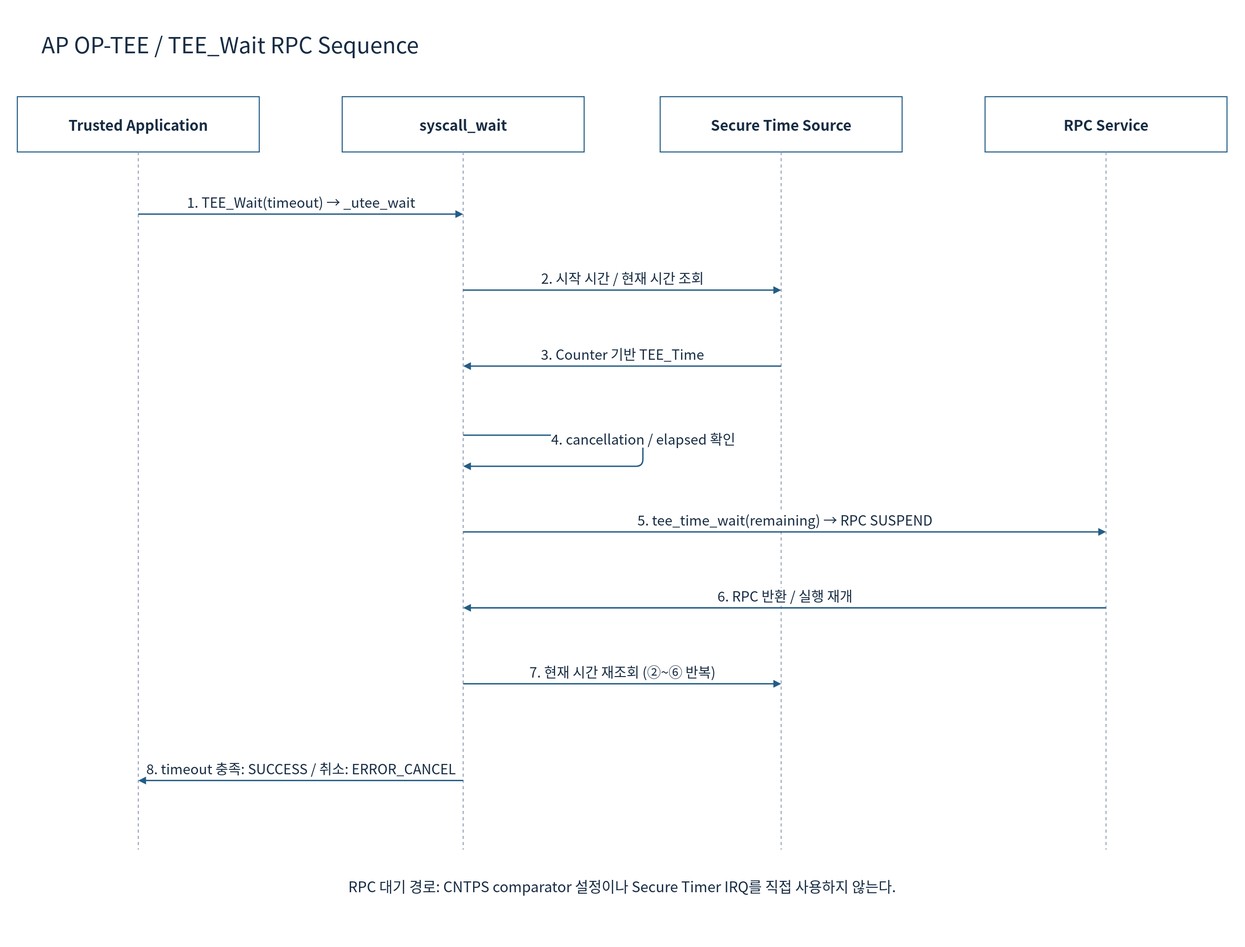
Above: doc/phase1/timer/diagrams/08e-optee-wait-sequence.drawio.svg in cometzero/project-apollo (draw.io), before the change. Source tidied: cells renumbered, new cells last; positions are measured from the earlier drawing's top-left corner, leaving out a move shared by most shapes. Its diagram source:
```xml
<mxGraphModel background="#FFFFFF">
  <root>
    <mxCell id="0" />
    <mxCell id="1" parent="0" />
    <mxCell id="2" style="rounded=0;whiteSpace=wrap;html=1;fillColor=#FFFFFF;strokeColor=none;strokeWidth=1.5;fontColor=#172C43;fontFamily=Noto Sans CJK KR;fontSize=22;spacing=10;" parent="1" vertex="1">
      <mxGeometry width="1800" height="1370" as="geometry" />
    </mxCell>
    <mxCell id="3" value="AP OP-TEE / TEE_Wait RPC Sequence" style="rounded=0;whiteSpace=wrap;html=1;fillColor=#FFFFFF;strokeColor=none;strokeWidth=1.5;fontColor=#172C43;fontFamily=Noto Sans CJK KR;fontSize=22;spacing=10;fontSize=32;align=left;" parent="1" vertex="1">
      <mxGeometry x="50" y="30" width="1700" height="65" as="geometry" />
    </mxCell>
    <mxCell id="4" value="Trusted Application" style="rounded=0;whiteSpace=wrap;html=1;fillColor=#FFFFFF;strokeColor=#235D86;strokeWidth=1.5;fontColor=#172C43;fontFamily=Noto Sans CJK KR;fontSize=22;spacing=10;fontStyle=1;fontSize=21;" parent="1" vertex="1">
      <mxGeometry x="25" y="140" width="350" height="80" as="geometry" />
    </mxCell>
    <mxCell id="5" style="endArrow=none;dashed=1;strokeColor=#94A3B8;strokeWidth=1.5;" parent="1" edge="1">
      <mxGeometry relative="1" as="geometry">
        <mxPoint x="200" y="220" as="sourcePoint" />
        <mxPoint x="200" y="1230" as="targetPoint" />
      </mxGeometry>
    </mxCell>
    <mxCell id="6" value="syscall_wait" style="rounded=0;whiteSpace=wrap;html=1;fillColor=#FFFFFF;strokeColor=#235D86;strokeWidth=1.5;fontColor=#172C43;fontFamily=Noto Sans CJK KR;fontSize=22;spacing=10;fontStyle=1;fontSize=21;" parent="1" vertex="1">
      <mxGeometry x="495" y="140" width="350" height="80" as="geometry" />
    </mxCell>
    <mxCell id="7" style="endArrow=none;dashed=1;strokeColor=#94A3B8;strokeWidth=1.5;" parent="1" edge="1">
      <mxGeometry relative="1" as="geometry">
        <mxPoint x="670" y="220" as="sourcePoint" />
        <mxPoint x="670" y="1230" as="targetPoint" />
      </mxGeometry>
    </mxCell>
    <mxCell id="8" value="Secure Time Source" style="rounded=0;whiteSpace=wrap;html=1;fillColor=#FFFFFF;strokeColor=#235D86;strokeWidth=1.5;fontColor=#172C43;fontFamily=Noto Sans CJK KR;fontSize=22;spacing=10;fontStyle=1;fontSize=21;" parent="1" vertex="1">
      <mxGeometry x="955" y="140" width="350" height="80" as="geometry" />
    </mxCell>
    <mxCell id="9" style="endArrow=none;dashed=1;strokeColor=#94A3B8;strokeWidth=1.5;" parent="1" edge="1">
      <mxGeometry relative="1" as="geometry">
        <mxPoint x="1130" y="220" as="sourcePoint" />
        <mxPoint x="1130" y="1230" as="targetPoint" />
      </mxGeometry>
    </mxCell>
    <mxCell id="10" value="RPC Service" style="rounded=0;whiteSpace=wrap;html=1;fillColor=#FFFFFF;strokeColor=#235D86;strokeWidth=1.5;fontColor=#172C43;fontFamily=Noto Sans CJK KR;fontSize=22;spacing=10;fontStyle=1;fontSize=21;" parent="1" vertex="1">
      <mxGeometry x="1425" y="140" width="350" height="80" as="geometry" />
    </mxCell>
    <mxCell id="11" style="endArrow=none;dashed=1;strokeColor=#94A3B8;strokeWidth=1.5;" parent="1" edge="1">
      <mxGeometry relative="1" as="geometry">
        <mxPoint x="1600" y="220" as="sourcePoint" />
        <mxPoint x="1600" y="1230" as="targetPoint" />
      </mxGeometry>
    </mxCell>
    <mxCell id="12" value="1. TEE_Wait(timeout) → _utee_wait" style="edgeStyle=none;html=1;endArrow=block;endFill=1;strokeColor=#235D86;strokeWidth=2;fontColor=#172C43;fontFamily=Noto Sans CJK KR;fontSize=20;labelBackgroundColor=#FFFFFF;" parent="1" edge="1">
      <mxGeometry relative="1" as="geometry">
        <mxPoint x="200" y="310" as="sourcePoint" />
        <mxPoint x="670" y="310" as="targetPoint" />
        <mxPoint y="-18" as="offset" />
      </mxGeometry>
    </mxCell>
    <mxCell id="13" value="2. 시작 시간 / 현재 시간 조회" style="edgeStyle=none;html=1;endArrow=block;endFill=1;strokeColor=#235D86;strokeWidth=2;fontColor=#172C43;fontFamily=Noto Sans CJK KR;fontSize=20;labelBackgroundColor=#FFFFFF;" parent="1" edge="1">
      <mxGeometry relative="1" as="geometry">
        <mxPoint x="670" y="420" as="sourcePoint" />
        <mxPoint x="1130" y="420" as="targetPoint" />
        <mxPoint y="-18" as="offset" />
      </mxGeometry>
    </mxCell>
    <mxCell id="14" value="3. Counter 기반 TEE_Time" style="edgeStyle=none;html=1;endArrow=block;endFill=1;strokeColor=#235D86;strokeWidth=2;fontColor=#172C43;fontFamily=Noto Sans CJK KR;fontSize=20;labelBackgroundColor=#FFFFFF;" parent="1" edge="1">
      <mxGeometry relative="1" as="geometry">
        <mxPoint x="1130" y="530" as="sourcePoint" />
        <mxPoint x="670" y="530" as="targetPoint" />
        <mxPoint y="-18" as="offset" />
      </mxGeometry>
    </mxCell>
    <mxCell id="15" value="4. cancellation / elapsed 확인" style="edgeStyle=none;html=1;endArrow=block;endFill=1;strokeColor=#235D86;strokeWidth=2;fontColor=#172C43;fontFamily=Noto Sans CJK KR;fontSize=20;labelBackgroundColor=#FFFFFF;" parent="1" edge="1">
      <mxGeometry relative="1" as="geometry">
        <mxPoint x="670" y="630" as="sourcePoint" />
        <mxPoint x="670" y="675" as="targetPoint" />
        <Array as="points">
          <mxPoint x="930" y="630" />
          <mxPoint x="930" y="675" />
        </Array>
        <mxPoint y="-18" as="offset" />
      </mxGeometry>
    </mxCell>
    <mxCell id="16" value="5. tee_time_wait(remaining) → RPC SUSPEND" style="edgeStyle=none;html=1;endArrow=block;endFill=1;strokeColor=#235D86;strokeWidth=2;fontColor=#172C43;fontFamily=Noto Sans CJK KR;fontSize=20;labelBackgroundColor=#FFFFFF;" parent="1" edge="1">
      <mxGeometry relative="1" as="geometry">
        <mxPoint x="670" y="770" as="sourcePoint" />
        <mxPoint x="1600" y="770" as="targetPoint" />
        <mxPoint y="-18" as="offset" />
      </mxGeometry>
    </mxCell>
    <mxCell id="17" value="6. RPC 반환 / 실행 재개" style="edgeStyle=none;html=1;endArrow=block;endFill=1;strokeColor=#235D86;strokeWidth=2;fontColor=#172C43;fontFamily=Noto Sans CJK KR;fontSize=20;labelBackgroundColor=#FFFFFF;" parent="1" edge="1">
      <mxGeometry relative="1" as="geometry">
        <mxPoint x="1600" y="880" as="sourcePoint" />
        <mxPoint x="670" y="880" as="targetPoint" />
        <mxPoint y="-18" as="offset" />
      </mxGeometry>
    </mxCell>
    <mxCell id="18" value="7. 현재 시간 재조회 (②~⑥ 반복)" style="edgeStyle=none;html=1;endArrow=block;endFill=1;strokeColor=#235D86;strokeWidth=2;fontColor=#172C43;fontFamily=Noto Sans CJK KR;fontSize=20;labelBackgroundColor=#FFFFFF;" parent="1" edge="1">
      <mxGeometry relative="1" as="geometry">
        <mxPoint x="670" y="990" as="sourcePoint" />
        <mxPoint x="1130" y="990" as="targetPoint" />
        <mxPoint y="-18" as="offset" />
      </mxGeometry>
    </mxCell>
    <mxCell id="19" value="8. timeout 충족: SUCCESS / 취소: ERROR_CANCEL" style="edgeStyle=none;html=1;endArrow=block;endFill=1;strokeColor=#235D86;strokeWidth=2;fontColor=#172C43;fontFamily=Noto Sans CJK KR;fontSize=20;labelBackgroundColor=#FFFFFF;" parent="1" edge="1">
      <mxGeometry relative="1" as="geometry">
        <mxPoint x="670" y="1130" as="sourcePoint" />
        <mxPoint x="200" y="1130" as="targetPoint" />
        <mxPoint y="-18" as="offset" />
      </mxGeometry>
    </mxCell>
    <mxCell id="20" value="RPC 대기 경로: CNTPS comparator 설정이나 Secure Timer IRQ를 직접 사용하지 않는다." style="rounded=0;whiteSpace=wrap;html=1;fillColor=#FFFFFF;strokeColor=none;strokeWidth=1.5;fontColor=#172C43;fontFamily=Noto Sans CJK KR;fontSize=22;spacing=10;fontSize=21;" parent="1" vertex="1">
      <mxGeometry x="80" y="1250" width="1640" height="65" as="geometry" />
    </mxCell>
  </root>
</mxGraphModel>
```
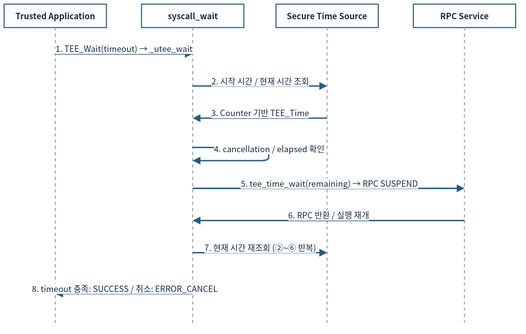
The same diagram one commit later.

The edit, as a diff of the source:
```diff
@@ -2,110 +2,101 @@
   <root>
     <mxCell id="0" />
     <mxCell id="1" parent="0" />
-    <mxCell id="2" style="rounded=0;whiteSpace=wrap;html=1;fillColor=#FFFFFF;strokeColor=none;strokeWidth=1.5;fontColor=#172C43;fontFamily=Noto Sans CJK KR;fontSize=22;spacing=10;" parent="1" vertex="1">
-      <mxGeometry width="1800" height="1370" as="geometry" />
-    </mxCell>
-    <mxCell id="3" value="AP OP-TEE / TEE_Wait RPC Sequence" style="rounded=0;whiteSpace=wrap;html=1;fillColor=#FFFFFF;strokeColor=none;strokeWidth=1.5;fontColor=#172C43;fontFamily=Noto Sans CJK KR;fontSize=22;spacing=10;fontSize=32;align=left;" parent="1" vertex="1">
-      <mxGeometry x="50" y="30" width="1700" height="65" as="geometry" />
-    </mxCell>
-    <mxCell id="4" value="Trusted Application" style="rounded=0;whiteSpace=wrap;html=1;fillColor=#FFFFFF;strokeColor=#235D86;strokeWidth=1.5;fontColor=#172C43;fontFamily=Noto Sans CJK KR;fontSize=22;spacing=10;fontStyle=1;fontSize=21;" parent="1" vertex="1">
-      <mxGeometry x="25" y="140" width="350" height="80" as="geometry" />
+    <mxCell id="4" value="Trusted Application" style="rounded=0;whiteSpace=wrap;html=1;fillColor=#FFFFFF;strokeColor=#235D86;strokeWidth=1.5;fontColor=#172C43;fontFamily=Noto Sans CJK KR;fontStyle=1;fontSize=12;spacing=3;whiteSpace=wrap;" parent="1" vertex="1">
+      <mxGeometry x="12" y="12" width="148" height="33.8" as="geometry" />
     </mxCell>
-    <mxCell id="5" style="endArrow=none;dashed=1;strokeColor=#94A3B8;strokeWidth=1.5;" parent="1" edge="1">
+    <mxCell id="5" style="endArrow=none;dashed=1;strokeColor=#94A3B8;strokeWidth=1.5;fontSize=12;spacing=3;whiteSpace=nowrap;" parent="1" edge="1">
       <mxGeometry relative="1" as="geometry">
-        <mxPoint x="200" y="220" as="sourcePoint" />
-        <mxPoint x="200" y="1230" as="targetPoint" />
+        <mxPoint x="86" y="45.8" as="sourcePoint" />
+        <mxPoint x="86" y="472.9" as="targetPoint" />
       </mxGeometry>
     </mxCell>
-    <mxCell id="6" value="syscall_wait" style="rounded=0;whiteSpace=wrap;html=1;fillColor=#FFFFFF;strokeColor=#235D86;strokeWidth=1.5;fontColor=#172C43;fontFamily=Noto Sans CJK KR;fontSize=22;spacing=10;fontStyle=1;fontSize=21;" parent="1" vertex="1">
-      <mxGeometry x="495" y="140" width="350" height="80" as="geometry" />
+    <mxCell id="6" value="syscall_wait" style="rounded=0;whiteSpace=wrap;html=1;fillColor=#FFFFFF;strokeColor=#235D86;strokeWidth=1.5;fontColor=#172C43;fontFamily=Noto Sans CJK KR;fontStyle=1;fontSize=12;spacing=3;whiteSpace=wrap;" parent="1" vertex="1">
+      <mxGeometry x="210.7" y="12" width="148" height="33.8" as="geometry" />
     </mxCell>
-    <mxCell id="7" style="endArrow=none;dashed=1;strokeColor=#94A3B8;strokeWidth=1.5;" parent="1" edge="1">
+    <mxCell id="7" style="endArrow=none;dashed=1;strokeColor=#94A3B8;strokeWidth=1.5;fontSize=12;spacing=3;whiteSpace=nowrap;" parent="1" edge="1">
       <mxGeometry relative="1" as="geometry">
-        <mxPoint x="670" y="220" as="sourcePoint" />
-        <mxPoint x="670" y="1230" as="targetPoint" />
+        <mxPoint x="284.7" y="45.8" as="sourcePoint" />
+        <mxPoint x="284.7" y="472.9" as="targetPoint" />
       </mxGeometry>
     </mxCell>
-    <mxCell id="8" value="Secure Time Source" style="rounded=0;whiteSpace=wrap;html=1;fillColor=#FFFFFF;strokeColor=#235D86;strokeWidth=1.5;fontColor=#172C43;fontFamily=Noto Sans CJK KR;fontSize=22;spacing=10;fontStyle=1;fontSize=21;" parent="1" vertex="1">
-      <mxGeometry x="955" y="140" width="350" height="80" as="geometry" />
+    <mxCell id="8" value="Secure Time Source" style="rounded=0;whiteSpace=wrap;html=1;fillColor=#FFFFFF;strokeColor=#235D86;strokeWidth=1.5;fontColor=#172C43;fontFamily=Noto Sans CJK KR;fontStyle=1;fontSize=12;spacing=3;whiteSpace=wrap;" parent="1" vertex="1">
+      <mxGeometry x="405.3" y="12" width="148" height="33.8" as="geometry" />
     </mxCell>
-    <mxCell id="9" style="endArrow=none;dashed=1;strokeColor=#94A3B8;strokeWidth=1.5;" parent="1" edge="1">
+    <mxCell id="9" style="endArrow=none;dashed=1;strokeColor=#94A3B8;strokeWidth=1.5;fontSize=12;spacing=3;whiteSpace=nowrap;" parent="1" edge="1">
       <mxGeometry relative="1" as="geometry">
-        <mxPoint x="1130" y="220" as="sourcePoint" />
-        <mxPoint x="1130" y="1230" as="targetPoint" />
+        <mxPoint x="479.3" y="45.8" as="sourcePoint" />
+        <mxPoint x="479.3" y="472.9" as="targetPoint" />
       </mxGeometry>
     </mxCell>
-    <mxCell id="10" value="RPC Service" style="rounded=0;whiteSpace=wrap;html=1;fillColor=#FFFFFF;strokeColor=#235D86;strokeWidth=1.5;fontColor=#172C43;fontFamily=Noto Sans CJK KR;fontSize=22;spacing=10;fontStyle=1;fontSize=21;" parent="1" vertex="1">
-      <mxGeometry x="1425" y="140" width="350" height="80" as="geometry" />
+    <mxCell id="10" value="RPC Service" style="rounded=0;whiteSpace=wrap;html=1;fillColor=#FFFFFF;strokeColor=#235D86;strokeWidth=1.5;fontColor=#172C43;fontFamily=Noto Sans CJK KR;fontStyle=1;fontSize=12;spacing=3;whiteSpace=wrap;" parent="1" vertex="1">
+      <mxGeometry x="604" y="12" width="148" height="33.8" as="geometry" />
     </mxCell>
-    <mxCell id="11" style="endArrow=none;dashed=1;strokeColor=#94A3B8;strokeWidth=1.5;" parent="1" edge="1">
+    <mxCell id="11" style="endArrow=none;dashed=1;strokeColor=#94A3B8;strokeWidth=1.5;fontSize=12;spacing=3;whiteSpace=nowrap;" parent="1" edge="1">
       <mxGeometry relative="1" as="geometry">
-        <mxPoint x="1600" y="220" as="sourcePoint" />
-        <mxPoint x="1600" y="1230" as="targetPoint" />
+        <mxPoint x="678" y="45.8" as="sourcePoint" />
+        <mxPoint x="678" y="472.9" as="targetPoint" />
       </mxGeometry>
     </mxCell>
-    <mxCell id="12" value="1. TEE_Wait(timeout) → _utee_wait" style="edgeStyle=none;html=1;endArrow=block;endFill=1;strokeColor=#235D86;strokeWidth=2;fontColor=#172C43;fontFamily=Noto Sans CJK KR;fontSize=20;labelBackgroundColor=#FFFFFF;" parent="1" edge="1">
+    <mxCell id="12" value="1. TEE_Wait(timeout) → _utee_wait" style="edgeStyle=none;html=1;endArrow=block;endFill=1;strokeColor=#235D86;strokeWidth=2;fontColor=#172C43;fontFamily=Noto Sans CJK KR;labelBackgroundColor=#FFFFFF;fontSize=12;spacing=3;whiteSpace=nowrap;" parent="1" edge="1">
       <mxGeometry relative="1" as="geometry">
-        <mxPoint x="200" y="310" as="sourcePoint" />
-        <mxPoint x="670" y="310" as="targetPoint" />
-        <mxPoint y="-18" as="offset" />
+        <mxPoint x="86" y="83.9" as="sourcePoint" />
+        <mxPoint x="284.7" y="83.9" as="targetPoint" />
+        <mxPoint y="-7.6" as="offset" />
       </mxGeometry>
     </mxCell>
-    <mxCell id="13" value="2. 시작 시간 / 현재 시간 조회" style="edgeStyle=none;html=1;endArrow=block;endFill=1;strokeColor=#235D86;strokeWidth=2;fontColor=#172C43;fontFamily=Noto Sans CJK KR;fontSize=20;labelBackgroundColor=#FFFFFF;" parent="1" edge="1">
+    <mxCell id="13" value="2. 시작 시간 / 현재 시간 조회" style="edgeStyle=none;html=1;endArrow=block;endFill=1;strokeColor=#235D86;strokeWidth=2;fontColor=#172C43;fontFamily=Noto Sans CJK KR;labelBackgroundColor=#FFFFFF;fontSize=12;spacing=3;whiteSpace=nowrap;" parent="1" edge="1">
       <mxGeometry relative="1" as="geometry">
-        <mxPoint x="670" y="420" as="sourcePoint" />
-        <mxPoint x="1130" y="420" as="targetPoint" />
-        <mxPoint y="-18" as="offset" />
+        <mxPoint x="284.7" y="130.4" as="sourcePoint" />
+        <mxPoint x="479.3" y="130.4" as="targetPoint" />
+        <mxPoint y="-7.6" as="offset" />
       </mxGeometry>
     </mxCell>
-    <mxCell id="14" value="3. Counter 기반 TEE_Time" style="edgeStyle=none;html=1;endArrow=block;endFill=1;strokeColor=#235D86;strokeWidth=2;fontColor=#172C43;fontFamily=Noto Sans CJK KR;fontSize=20;labelBackgroundColor=#FFFFFF;" parent="1" edge="1">
+    <mxCell id="14" value="3. Counter 기반 TEE_Time" style="edgeStyle=none;html=1;endArrow=block;endFill=1;strokeColor=#235D86;strokeWidth=2;fontColor=#172C43;fontFamily=Noto Sans CJK KR;labelBackgroundColor=#FFFFFF;fontSize=12;spacing=3;whiteSpace=nowrap;" parent="1" edge="1">
       <mxGeometry relative="1" as="geometry">
-        <mxPoint x="1130" y="530" as="sourcePoint" />
-        <mxPoint x="670" y="530" as="targetPoint" />
-        <mxPoint y="-18" as="offset" />
+        <mxPoint x="479.3" y="176.9" as="sourcePoint" />
+        <mxPoint x="284.7" y="176.9" as="targetPoint" />
+        <mxPoint y="-7.6" as="offset" />
       </mxGeometry>
     </mxCell>
-    <mxCell id="15" value="4. cancellation / elapsed 확인" style="edgeStyle=none;html=1;endArrow=block;endFill=1;strokeColor=#235D86;strokeWidth=2;fontColor=#172C43;fontFamily=Noto Sans CJK KR;fontSize=20;labelBackgroundColor=#FFFFFF;" parent="1" edge="1">
+    <mxCell id="15" value="4. cancellation / elapsed 확인" style="edgeStyle=none;html=1;endArrow=block;endFill=1;strokeColor=#235D86;strokeWidth=2;fontColor=#172C43;fontFamily=Noto Sans CJK KR;labelBackgroundColor=#FFFFFF;fontSize=12;spacing=3;whiteSpace=nowrap;" parent="1" edge="1">
       <mxGeometry relative="1" as="geometry">
-        <mxPoint x="670" y="630" as="sourcePoint" />
-        <mxPoint x="670" y="675" as="targetPoint" />
+        <mxPoint x="284.7" y="219.2" as="sourcePoint" />
+        <mxPoint x="284.7" y="238.2" as="targetPoint" />
         <Array as="points">
-          <mxPoint x="930" y="630" />
-          <mxPoint x="930" y="675" />
+          <mxPoint x="394.7" y="219.2" />
+          <mxPoint x="394.7" y="238.2" />
         </Array>
-        <mxPoint y="-18" as="offset" />
+        <mxPoint y="-7.6" as="offset" />
       </mxGeometry>
     </mxCell>
-    <mxCell id="16" value="5. tee_time_wait(remaining) → RPC SUSPEND" style="edgeStyle=none;html=1;endArrow=block;endFill=1;strokeColor=#235D86;strokeWidth=2;fontColor=#172C43;fontFamily=Noto Sans CJK KR;fontSize=20;labelBackgroundColor=#FFFFFF;" parent="1" edge="1">
+    <mxCell id="16" value="5. tee_time_wait(remaining) → RPC SUSPEND" style="edgeStyle=none;html=1;endArrow=block;endFill=1;strokeColor=#235D86;strokeWidth=2;fontColor=#172C43;fontFamily=Noto Sans CJK KR;labelBackgroundColor=#FFFFFF;fontSize=12;spacing=3;whiteSpace=nowrap;" parent="1" edge="1">
       <mxGeometry relative="1" as="geometry">
-        <mxPoint x="670" y="770" as="sourcePoint" />
-        <mxPoint x="1600" y="770" as="targetPoint" />
-        <mxPoint y="-18" as="offset" />
+        <mxPoint x="284.7" y="278.4" as="sourcePoint" />
+        <mxPoint x="678" y="278.4" as="targetPoint" />
+        <mxPoint y="-7.6" as="offset" />
       </mxGeometry>
     </mxCell>
-    <mxCell id="17" value="6. RPC 반환 / 실행 재개" style="edgeStyle=none;html=1;endArrow=block;endFill=1;strokeColor=#235D86;strokeWidth=2;fontColor=#172C43;fontFamily=Noto Sans CJK KR;fontSize=20;labelBackgroundColor=#FFFFFF;" parent="1" edge="1">
+    <mxCell id="17" value="6. RPC 반환 / 실행 재개" style="edgeStyle=none;html=1;endArrow=block;endFill=1;strokeColor=#235D86;strokeWidth=2;fontColor=#172C43;fontFamily=Noto Sans CJK KR;labelBackgroundColor=#FFFFFF;fontSize=12;spacing=3;whiteSpace=nowrap;" parent="1" edge="1">
       <mxGeometry relative="1" as="geometry">
-        <mxPoint x="1600" y="880" as="sourcePoint" />
-        <mxPoint x="670" y="880" as="targetPoint" />
-        <mxPoint y="-18" as="offset" />
+        <mxPoint x="678" y="324.9" as="sourcePoint" />
+        <mxPoint x="284.7" y="324.9" as="targetPoint" />
+        <mxPoint y="-7.6" as="offset" />
       </mxGeometry>
     </mxCell>
-    <mxCell id="18" value="7. 현재 시간 재조회 (②~⑥ 반복)" style="edgeStyle=none;html=1;endArrow=block;endFill=1;strokeColor=#235D86;strokeWidth=2;fontColor=#172C43;fontFamily=Noto Sans CJK KR;fontSize=20;labelBackgroundColor=#FFFFFF;" parent="1" edge="1">
+    <mxCell id="18" value="7. 현재 시간 재조회 (②~⑥ 반복)" style="edgeStyle=none;html=1;endArrow=block;endFill=1;strokeColor=#235D86;strokeWidth=2;fontColor=#172C43;fontFamily=Noto Sans CJK KR;labelBackgroundColor=#FFFFFF;fontSize=12;spacing=3;whiteSpace=nowrap;" parent="1" edge="1">
       <mxGeometry relative="1" as="geometry">
-        <mxPoint x="670" y="990" as="sourcePoint" />
-        <mxPoint x="1130" y="990" as="targetPoint" />
-        <mxPoint y="-18" as="offset" />
+        <mxPoint x="284.7" y="371.4" as="sourcePoint" />
+        <mxPoint x="479.3" y="371.4" as="targetPoint" />
+        <mxPoint y="-7.6" as="offset" />
       </mxGeometry>
     </mxCell>
-    <mxCell id="19" value="8. timeout 충족: SUCCESS / 취소: ERROR_CANCEL" style="edgeStyle=none;html=1;endArrow=block;endFill=1;strokeColor=#235D86;strokeWidth=2;fontColor=#172C43;fontFamily=Noto Sans CJK KR;fontSize=20;labelBackgroundColor=#FFFFFF;" parent="1" edge="1">
+    <mxCell id="19" value="8. timeout 충족: SUCCESS / 취소: ERROR_CANCEL" style="edgeStyle=none;html=1;endArrow=block;endFill=1;strokeColor=#235D86;strokeWidth=2;fontColor=#172C43;fontFamily=Noto Sans CJK KR;labelBackgroundColor=#FFFFFF;fontSize=12;spacing=3;whiteSpace=nowrap;" parent="1" edge="1">
       <mxGeometry relative="1" as="geometry">
-        <mxPoint x="670" y="1130" as="sourcePoint" />
-        <mxPoint x="200" y="1130" as="targetPoint" />
-        <mxPoint y="-18" as="offset" />
+        <mxPoint x="284.7" y="430.6" as="sourcePoint" />
+        <mxPoint x="86" y="430.6" as="targetPoint" />
+        <mxPoint y="-7.6" as="offset" />
       </mxGeometry>
     </mxCell>
-    <mxCell id="20" value="RPC 대기 경로: CNTPS comparator 설정이나 Secure Timer IRQ를 직접 사용하지 않는다." style="rounded=0;whiteSpace=wrap;html=1;fillColor=#FFFFFF;strokeColor=none;strokeWidth=1.5;fontColor=#172C43;fontFamily=Noto Sans CJK KR;fontSize=22;spacing=10;fontSize=21;" parent="1" vertex="1">
-      <mxGeometry x="80" y="1250" width="1640" height="65" as="geometry" />
-    </mxCell>
   </root>
 </mxGraphModel>
```
